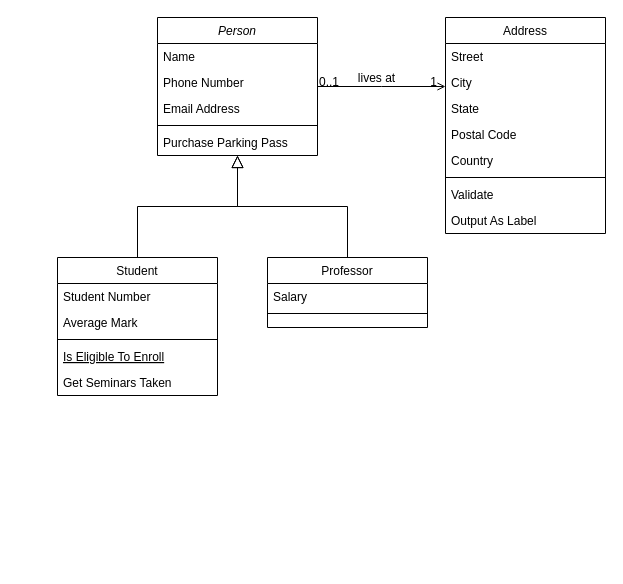
This is KOF.drawio from WilsomLi/GameUML, a draw.io file, before an edit. Source tidied: cells renumbered, new cells numbered last; positions are measured from the earlier drawing's top-left corner, leaving out a move shared by most shapes. Both pictures are drawn from the tidied source at 100%, with x=0, y=0 at pixel (57, 17).
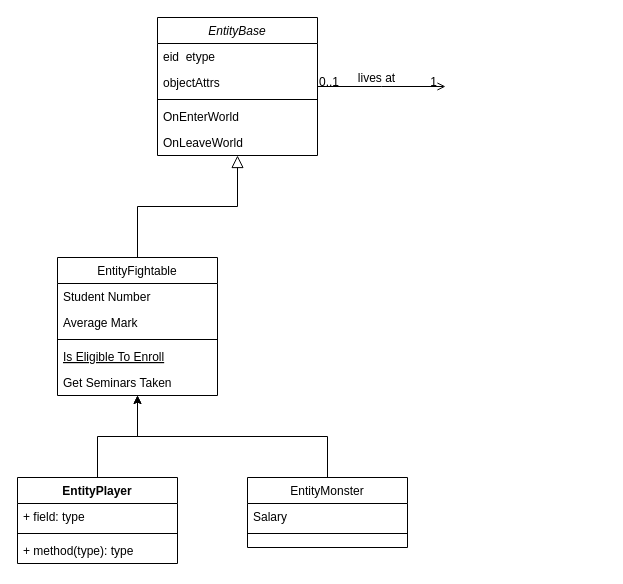
The same diagram, later.

Diff of the diagram source:
```diff
@@
-    <mxCell id="2" value="Person" style="swimlane;fontStyle=2;align=center;verticalAlign=top;horizontal=1;startSize=26;rounded=0;shadow=0;strokeWidth=1;" parent="1" vertex="1">
+    <mxCell id="2" value="EntityBase" style="swimlane;fontStyle=2;align=center;verticalAlign=top;horizontal=1;startSize=26;rounded=0;shadow=0;strokeWidth=1;" parent="1" vertex="1">
       <mxGeometry x="100" width="160" height="138" as="geometry" />
     </mxCell>
-    <mxCell id="3" value="Name" style="text;align=left;verticalAlign=top;spacingLeft=4;spacingRight=4;overflow=hidden;" parent="2" vertex="1">
+    <mxCell id="3" value="eid  etype" style="text;align=left;verticalAlign=top;spacingLeft=4;spacingRight=4;overflow=hidden;" parent="2" vertex="1">
       <mxGeometry y="26" width="160" height="26" as="geometry" />
     </mxCell>
-    <mxCell id="4" value="Phone Number" style="text;align=left;verticalAlign=top;spacingLeft=4;spacingRight=4;overflow=hidden;rounded=0;shadow=0;html=0;" parent="2" vertex="1">
-      <mxGeometry y="52" width="160" height="26" as="geometry" />
-    </mxCell>
-    <mxCell id="5" value="Email Address" style="text;align=left;verticalAlign=top;spacingLeft=4;spacingRight=4;overflow=hidden;rounded=0;shadow=0;html=0;" parent="2" vertex="1">
-      <mxGeometry y="78" width="160" height="26" as="geometry" />
+    <mxCell id="5" value="objectAttrs" style="text;align=left;verticalAlign=top;spacingLeft=4;spacingRight=4;overflow=hidden;rounded=0;shadow=0;html=0;" parent="2" vertex="1">
+      <mxGeometry y="52" width="160" height="26" as="geometry" />
     </mxCell>
     <mxCell id="6" style="line;html=1;strokeWidth=1;align=left;verticalAlign=middle;spacingTop=-1;spacingLeft=3;spacingRight=3;labelPosition=right;" parent="2" vertex="1">
-      <mxGeometry y="104" width="160" height="8" as="geometry" />
+      <mxGeometry y="78" width="160" height="8" as="geometry" />
     </mxCell>
-    <mxCell id="7" value="Purchase Parking Pass" style="text;align=left;verticalAlign=top;spacingLeft=4;spacingRight=4;overflow=hidden;" parent="2" vertex="1">
-      <mxGeometry y="112" width="160" height="26" as="geometry" />
+    <mxCell id="7" value="OnEnterWorld" style="text;align=left;verticalAlign=top;spacingLeft=4;spacingRight=4;overflow=hidden;" parent="2" vertex="1">
+      <mxGeometry y="86" width="160" height="26" as="geometry" />
     </mxCell>
+    <mxCell id="32" value="OnLeaveWorld" style="text;align=left;verticalAlign=top;spacingLeft=4;spacingRight=4;overflow=hidden;" parent="2" vertex="1">
+      <mxGeometry y="112" width="160" height="26" as="geometry" />
+    </mxCell>
-    <mxCell id="8" value="Student" style="swimlane;fontStyle=0;align=center;verticalAlign=top;horizontal=1;startSize=26;rounded=0;shadow=0;strokeWidth=1;" parent="1" vertex="1">
+    <mxCell id="8" value="EntityFightable" style="swimlane;fontStyle=0;align=center;verticalAlign=top;horizontal=1;startSize=26;rounded=0;shadow=0;strokeWidth=1;" parent="1" vertex="1">
       <mxGeometry y="240" width="160" height="138" as="geometry" />
     </mxCell>
@@
+    <mxCell id="33" style="edgeStyle=orthogonalEdgeStyle;rounded=0;jettySize=auto;html=1;exitX=0.5;exitY=0;exitDx=0;exitDy=0;" parent="1" edge="1" source="15" target="8">
+      <mxGeometry relative="1" as="geometry" />
+    </mxCell>
-    <mxCell id="15" value="Professor" style="swimlane;fontStyle=0;align=center;verticalAlign=top;horizontal=1;startSize=26;rounded=0;shadow=0;strokeWidth=1;" parent="1" vertex="1">
-      <mxGeometry x="210" y="240" width="160" height="70" as="geometry" />
+    <mxCell id="15" value="EntityMonster" style="swimlane;fontStyle=0;align=center;verticalAlign=top;horizontal=1;startSize=26;rounded=0;shadow=0;strokeWidth=1;" parent="1" vertex="1">
+      <mxGeometry x="190" y="460" width="160" height="70" as="geometry" />
     </mxCell>
@@
-    <mxCell id="18" style="endArrow=block;endSize=10;endFill=0;shadow=0;strokeWidth=1;rounded=0;edgeStyle=elbowEdgeStyle;elbow=vertical;" parent="1" edge="1" source="15" target="2">
-      <mxGeometry relative="1" as="geometry" />
-    </mxCell>
-    <mxCell id="19" value="Address" style="swimlane;fontStyle=0;align=center;verticalAlign=top;horizontal=1;startSize=26;rounded=0;shadow=0;strokeWidth=1;" parent="1" vertex="1">
-      <mxGeometry x="388" width="160" height="216" as="geometry" />
-    </mxCell>
-    <mxCell id="20" value="Street" style="text;align=left;verticalAlign=top;spacingLeft=4;spacingRight=4;overflow=hidden;" parent="19" vertex="1">
-      <mxGeometry y="26" width="160" height="26" as="geometry" />
-    </mxCell>
-    <mxCell id="21" value="City" style="text;align=left;verticalAlign=top;spacingLeft=4;spacingRight=4;overflow=hidden;rounded=0;shadow=0;html=0;" parent="19" vertex="1">
-      <mxGeometry y="52" width="160" height="26" as="geometry" />
-    </mxCell>
-    <mxCell id="22" value="State" style="text;align=left;verticalAlign=top;spacingLeft=4;spacingRight=4;overflow=hidden;rounded=0;shadow=0;html=0;" parent="19" vertex="1">
-      <mxGeometry y="78" width="160" height="26" as="geometry" />
-    </mxCell>
-    <mxCell id="23" value="Postal Code" style="text;align=left;verticalAlign=top;spacingLeft=4;spacingRight=4;overflow=hidden;rounded=0;shadow=0;html=0;" parent="19" vertex="1">
-      <mxGeometry y="104" width="160" height="26" as="geometry" />
-    </mxCell>
-    <mxCell id="24" value="Country" style="text;align=left;verticalAlign=top;spacingLeft=4;spacingRight=4;overflow=hidden;rounded=0;shadow=0;html=0;" parent="19" vertex="1">
-      <mxGeometry y="130" width="160" height="26" as="geometry" />
-    </mxCell>
-    <mxCell id="25" style="line;html=1;strokeWidth=1;align=left;verticalAlign=middle;spacingTop=-1;spacingLeft=3;spacingRight=3;labelPosition=right;" parent="19" vertex="1">
-      <mxGeometry y="156" width="160" height="8" as="geometry" />
-    </mxCell>
-    <mxCell id="26" value="Validate" style="text;align=left;verticalAlign=top;spacingLeft=4;spacingRight=4;overflow=hidden;" parent="19" vertex="1">
-      <mxGeometry y="164" width="160" height="26" as="geometry" />
-    </mxCell>
-    <mxCell id="27" value="Output As Label" style="text;align=left;verticalAlign=top;spacingLeft=4;spacingRight=4;overflow=hidden;" parent="19" vertex="1">
-      <mxGeometry y="190" width="160" height="26" as="geometry" />
-    </mxCell>
-    <mxCell id="28" style="endArrow=open;shadow=0;strokeWidth=1;rounded=0;endFill=1;edgeStyle=elbowEdgeStyle;elbow=vertical;" parent="1" edge="1" source="2" target="19">
+    <mxCell id="28" style="endArrow=open;shadow=0;strokeWidth=1;rounded=0;endFill=1;edgeStyle=elbowEdgeStyle;elbow=vertical;" parent="1" edge="1" source="2">
       <mxGeometry x="0.5" y="41" relative="1" as="geometry">
+        <mxPoint x="388" y="69" as="targetPoint" />
         <mxPoint x="-40" y="32" as="offset" />
       </mxGeometry>
     </mxCell>
@@
+    <mxCell id="34" style="edgeStyle=orthogonalEdgeStyle;rounded=0;jettySize=auto;html=1;exitX=0.5;exitY=0;exitDx=0;exitDy=0;" parent="1" edge="1" source="35" target="8">
+      <mxGeometry relative="1" as="geometry" />
+    </mxCell>
+    <mxCell id="35" value="EntityPlayer" style="swimlane;fontStyle=1;align=center;verticalAlign=top;horizontal=1;startSize=26;" parent="1" vertex="1">
+      <mxGeometry x="-40" y="460" width="160" height="86" as="geometry" />
+    </mxCell>
+    <mxCell id="36" value="+ field: type" style="text;strokeColor=none;fillColor=none;align=left;verticalAlign=top;spacingLeft=4;spacingRight=4;overflow=hidden;" parent="35" vertex="1">
+      <mxGeometry y="26" width="160" height="26" as="geometry" />
+    </mxCell>
+    <mxCell id="37" style="line;strokeWidth=1;fillColor=none;align=left;verticalAlign=middle;spacingTop=-1;spacingLeft=3;spacingRight=3;labelPosition=right;strokeColor=inherit;" parent="35" vertex="1">
+      <mxGeometry y="52" width="160" height="8" as="geometry" />
+    </mxCell>
+    <mxCell id="38" value="+ method(type): type" style="text;strokeColor=none;fillColor=none;align=left;verticalAlign=top;spacingLeft=4;spacingRight=4;overflow=hidden;" parent="35" vertex="1">
+      <mxGeometry y="60" width="160" height="26" as="geometry" />
+    </mxCell>
```
